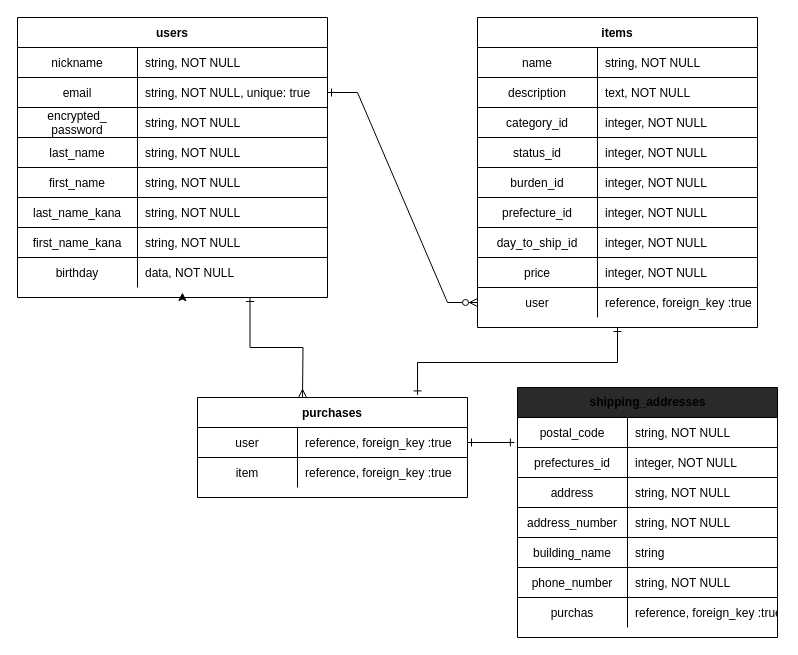
The draw.io diagram furima-35361.dio in natsumi5/furima-35361, before the edit. Source tidied: cells renumbered, new cells numbered last; positions are measured from the earlier drawing's top-left corner, leaving out a move shared by most shapes. Both pictures are drawn from the tidied source at 100%, with x=0, y=0 at pixel (17, 17).
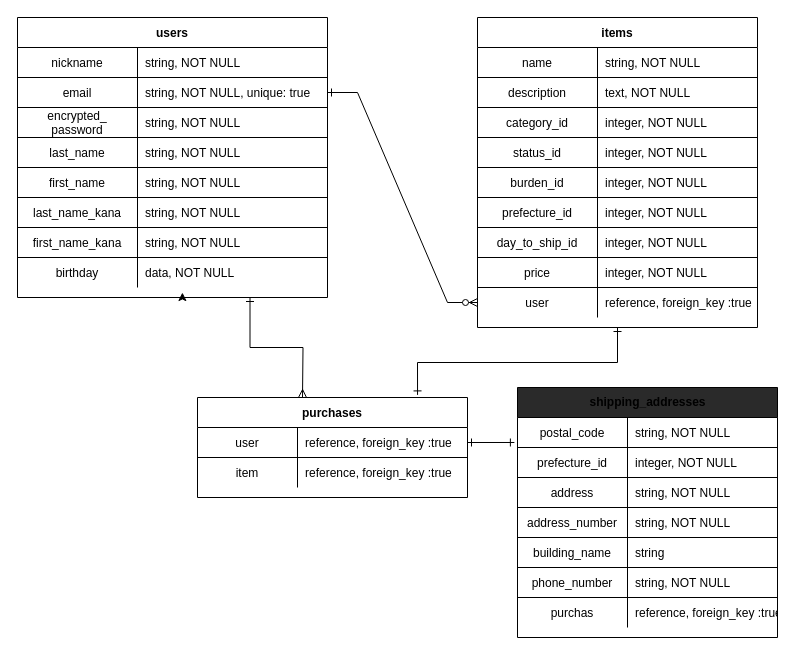
After the change.

Unchanged cells that the change refers to:
```xml
<mxCell id="70" style="shape=partialRectangle;fillColor=none;top=0;left=0;bottom=1;right=0;" parent="66" vertex="1">
  <mxGeometry y="60" width="260" height="30" as="geometry" />
</mxCell>
```

Diff of the diagram source:
```diff
@@
-    <mxCell id="71" value="prefectures_id" style="shape=partialRectangle;fillColor=none;top=0;left=0;bottom=0;right=0;fontStyle=0;overflow=hidden;" parent="70" vertex="1">
+    <mxCell id="71" value="prefecture_id" style="shape=partialRectangle;fillColor=none;top=0;left=0;bottom=0;right=0;fontStyle=0;overflow=hidden;" parent="70" vertex="1">
       <mxGeometry width="110" height="30" as="geometry" />
     </mxCell>
```
